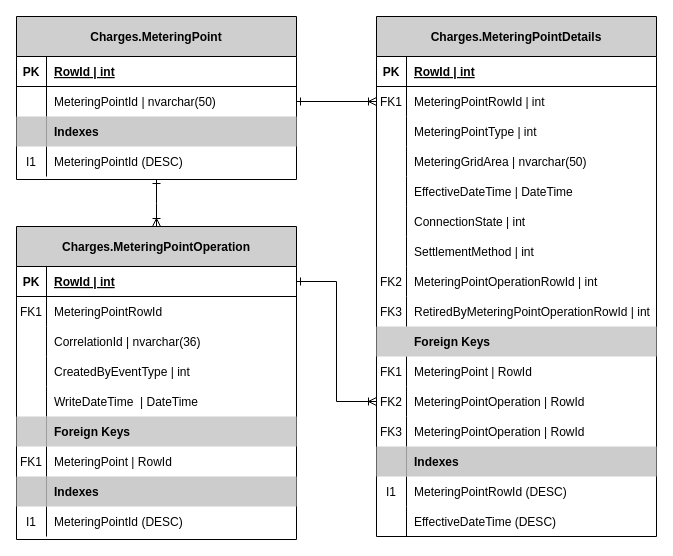
The draw.io diagram docs/data-models/MeteringPointDataModel.drawio in Energinet-DataHub/ARCHIVED-geh-charges, before the edit. Source tidied: cells renumbered, new cells numbered last; positions are measured from the earlier drawing's top-left corner, leaving out a move shared by most shapes. Both pictures are drawn from the tidied source at 100%, with x=0, y=0 at pixel (16, 16).
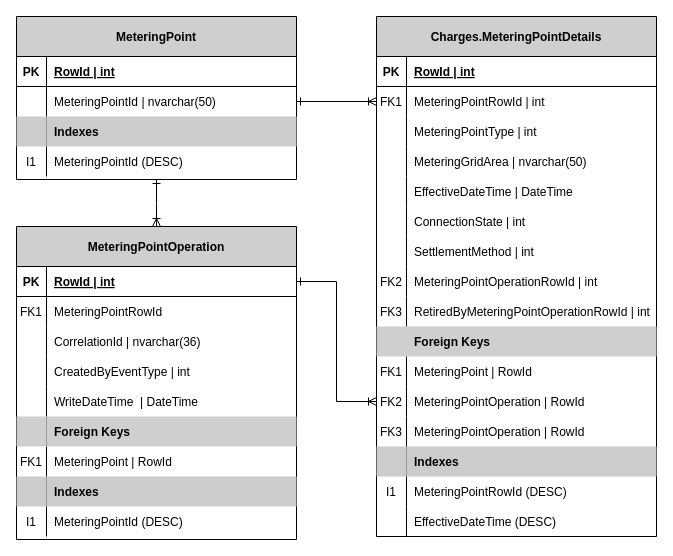
Above is the later version.

Commit message (it also covers changes not shown here):
Removed schema from tables as agreed with reviewer

Diff of the diagram source:
```diff
@@
-    <mxCell id="2" value="Charges.MeteringPoint" style="shape=table;startSize=40;childLayout=tableLayout;rowLines=0;fontStyle=1;align=center;fillColor=#CFCFCF;" parent="1" vertex="1">
+    <mxCell id="2" value="MeteringPoint" style="shape=table;startSize=40;childLayout=tableLayout;rowLines=0;fontStyle=1;align=center;fillColor=#CFCFCF;" parent="1" vertex="1">
       <mxGeometry width="280" height="163" as="geometry" />
     </mxCell>
@@
-    <mxCell id="66" value="Charges.MeteringPointOperation" style="shape=table;startSize=40;childLayout=tableLayout;rowLines=0;fontStyle=1;align=center;fillColor=#CFCFCF;" parent="1" vertex="1">
+    <mxCell id="66" value="MeteringPointOperation" style="shape=table;startSize=40;childLayout=tableLayout;rowLines=0;fontStyle=1;align=center;fillColor=#CFCFCF;" parent="1" vertex="1">
       <mxGeometry y="210" width="280" height="313" as="geometry" />
     </mxCell>
```
